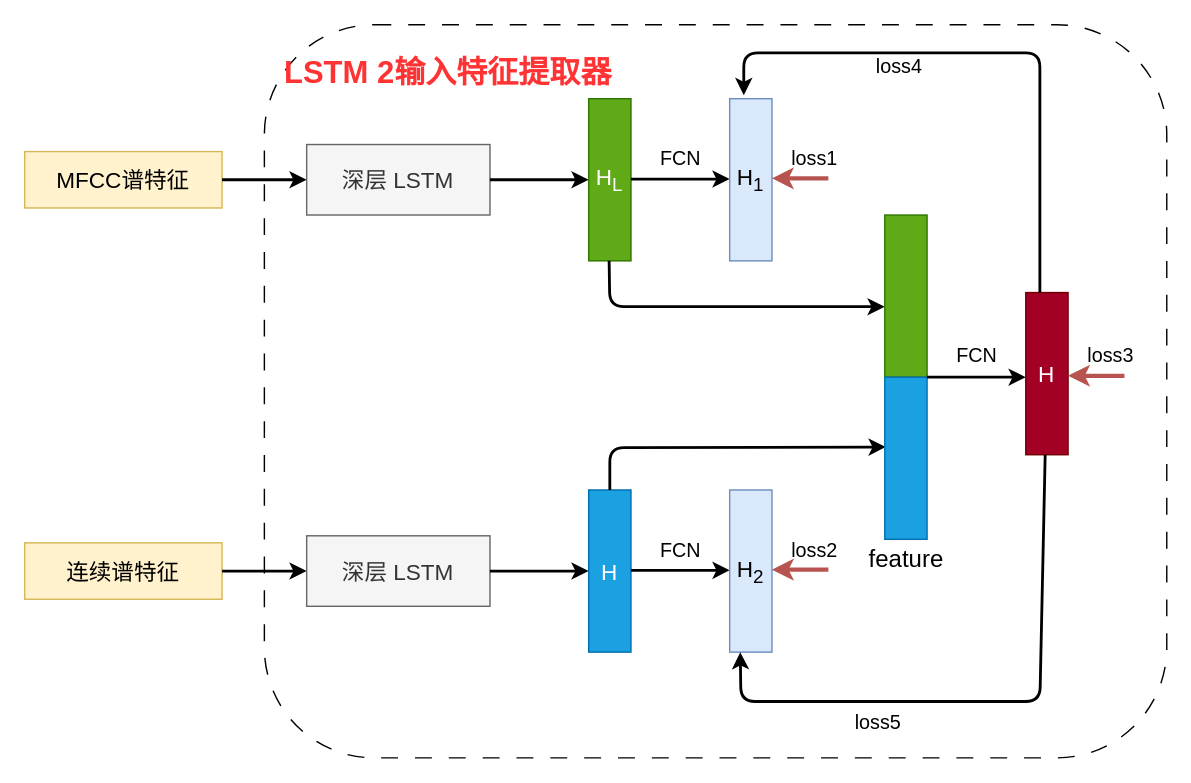
Earlier version of the draw.io diagram page "LSTM 2输入特征提取器" (1 of 3) of 水下目标提取标书/LSTM特征提取.drawio (Corner430/drawio). Source tidied: cells renumbered, new cells numbered last; positions are measured from the earlier drawing's top-left corner, leaving out a move shared by most shapes. Both pictures are drawn from the tidied source at 141%, with x=0, y=0 at pixel (24, 24).
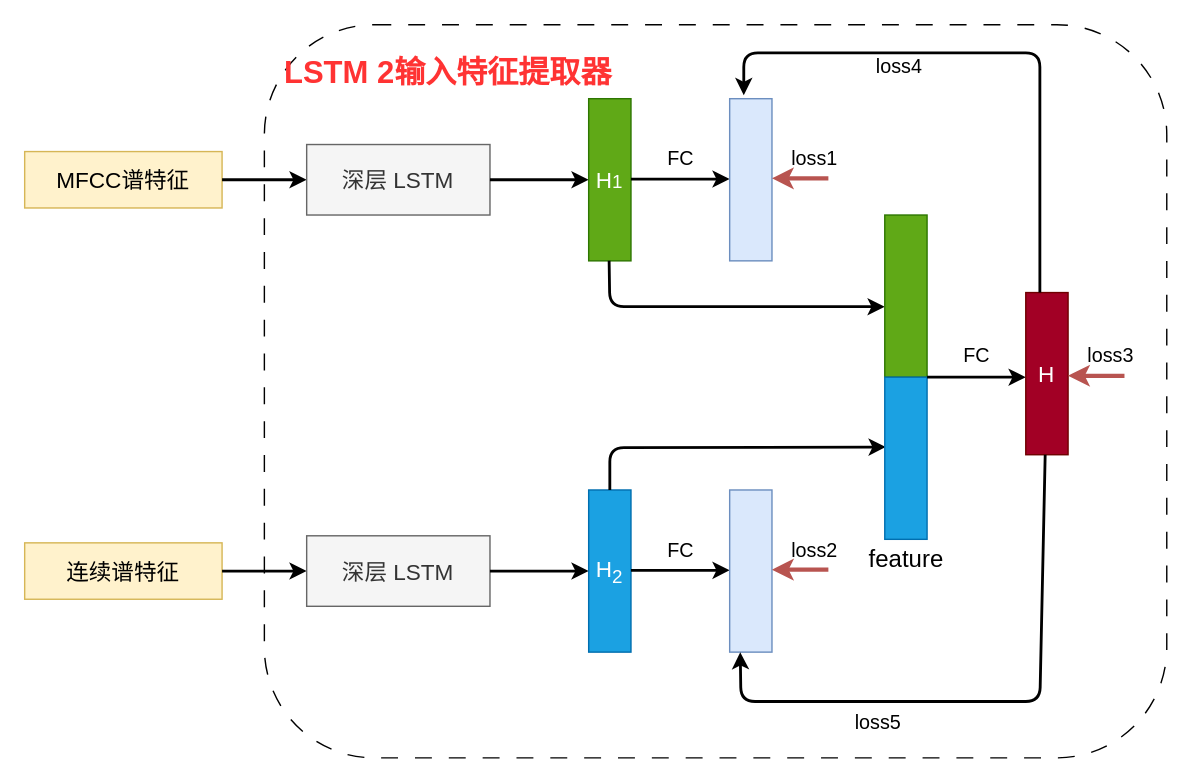
Above is the later version.

Change to the diagram source:
```diff
@@
-    <mxCell id="7" value="H&lt;sub&gt;L&lt;/sub&gt;" style="rounded=0;whiteSpace=wrap;html=1;fontSize=16;fillColor=#60a917;strokeColor=#2D7600;fontColor=#ffffff;" parent="1" vertex="1">
+    <mxCell id="7" value="H&lt;span style=&quot;font-size: 13.3333px;&quot;&gt;1&lt;/span&gt;" style="rounded=0;whiteSpace=wrap;html=1;fontSize=16;fillColor=#60a917;strokeColor=#2D7600;fontColor=#ffffff;" parent="1" vertex="1">
       <mxGeometry x="400" y="52.5" width="30" height="115" as="geometry" />
     </mxCell>
@@
-    <mxCell id="9" value="&lt;font style=&quot;font-size: 14px;&quot;&gt;FCN&lt;/font&gt;" style="text;html=1;align=center;verticalAlign=middle;" parent="1" vertex="1">
-      <mxGeometry x="440" y="80" width="50" height="30" as="geometry" />
+    <mxCell id="9" value="&lt;font style=&quot;font-size: 14px;&quot;&gt;FC&lt;/font&gt;" style="text;html=1;align=center;verticalAlign=middle;" parent="1" vertex="1">
+      <mxGeometry x="445" y="80" width="40" height="30" as="geometry" />
     </mxCell>
-    <mxCell id="10" value="H&lt;sub&gt;1&lt;/sub&gt;" style="rounded=0;whiteSpace=wrap;html=1;fontSize=16;fillColor=#dae8fc;strokeColor=#6c8ebf;" parent="1" vertex="1">
+    <mxCell id="10" style="rounded=0;whiteSpace=wrap;html=1;fontSize=16;fillColor=#dae8fc;strokeColor=#6c8ebf;" parent="1" vertex="1">
       <mxGeometry x="500" y="52.5" width="30" height="115" as="geometry" />
     </mxCell>
@@
-    <mxCell id="20" value="H" style="rounded=0;whiteSpace=wrap;html=1;fontSize=16;fillColor=#1ba1e2;strokeColor=#006EAF;fontColor=#ffffff;" parent="1" vertex="1">
+    <mxCell id="20" value="H&lt;sub&gt;2&lt;/sub&gt;" style="rounded=0;whiteSpace=wrap;html=1;fontSize=16;fillColor=#1ba1e2;strokeColor=#006EAF;fontColor=#ffffff;" parent="1" vertex="1">
       <mxGeometry x="400" y="330" width="30" height="115" as="geometry" />
     </mxCell>
@@
-    <mxCell id="22" value="&lt;font style=&quot;font-size: 14px;&quot;&gt;FCN&lt;/font&gt;" style="text;html=1;align=center;verticalAlign=middle;" parent="1" vertex="1">
-      <mxGeometry x="440" y="357.5" width="50" height="30" as="geometry" />
+    <mxCell id="22" value="&lt;font style=&quot;font-size: 14px;&quot;&gt;FC&lt;/font&gt;" style="text;html=1;align=center;verticalAlign=middle;" parent="1" vertex="1">
+      <mxGeometry x="445" y="357.5" width="40" height="30" as="geometry" />
     </mxCell>
-    <mxCell id="23" value="H&lt;sub&gt;2&lt;/sub&gt;" style="rounded=0;whiteSpace=wrap;html=1;fontSize=16;fillColor=#dae8fc;strokeColor=#6c8ebf;" parent="1" vertex="1">
+    <mxCell id="23" style="rounded=0;whiteSpace=wrap;html=1;fontSize=16;fillColor=#dae8fc;strokeColor=#6c8ebf;" parent="1" vertex="1">
       <mxGeometry x="500" y="330" width="30" height="115" as="geometry" />
     </mxCell>
@@
-    <mxCell id="29" value="&lt;font style=&quot;font-size: 14px;&quot;&gt;FCN&lt;/font&gt;" style="text;html=1;align=center;verticalAlign=middle;" parent="1" vertex="1">
-      <mxGeometry x="650" y="220" width="50" height="30" as="geometry" />
+    <mxCell id="29" value="&lt;font style=&quot;font-size: 14px;&quot;&gt;FC&lt;/font&gt;" style="text;html=1;align=center;verticalAlign=middle;" parent="1" vertex="1">
+      <mxGeometry x="655" y="220" width="40" height="30" as="geometry" />
     </mxCell>
```
